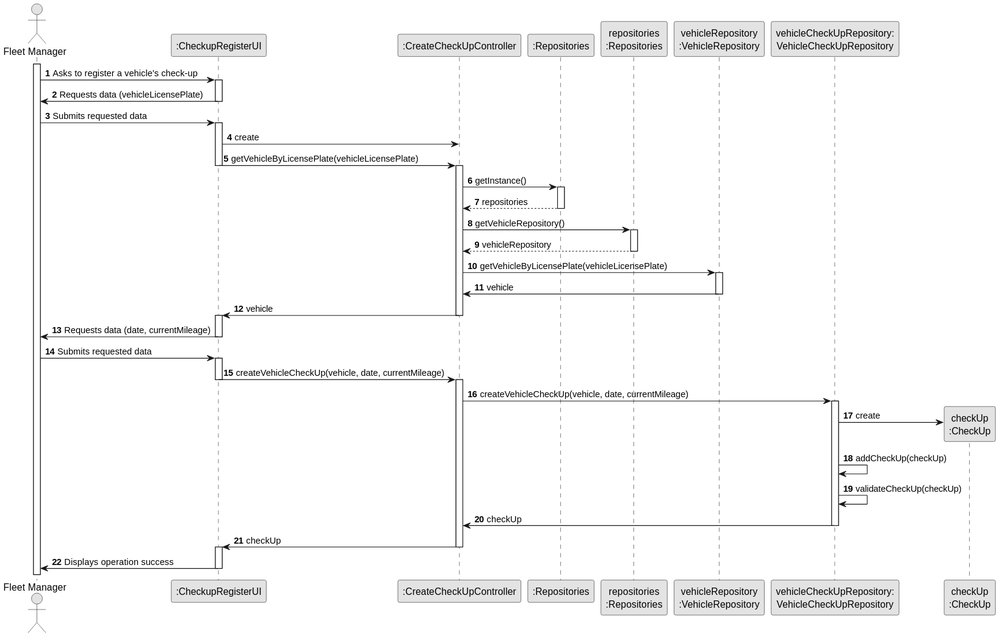
This is docs/sprintB/us007/03.design/svg/us007-sequence-diagram-full.svg from SAEmanuel/Green_Spaces_Management_ISEP, a PlantUML export, as it was before one commit.
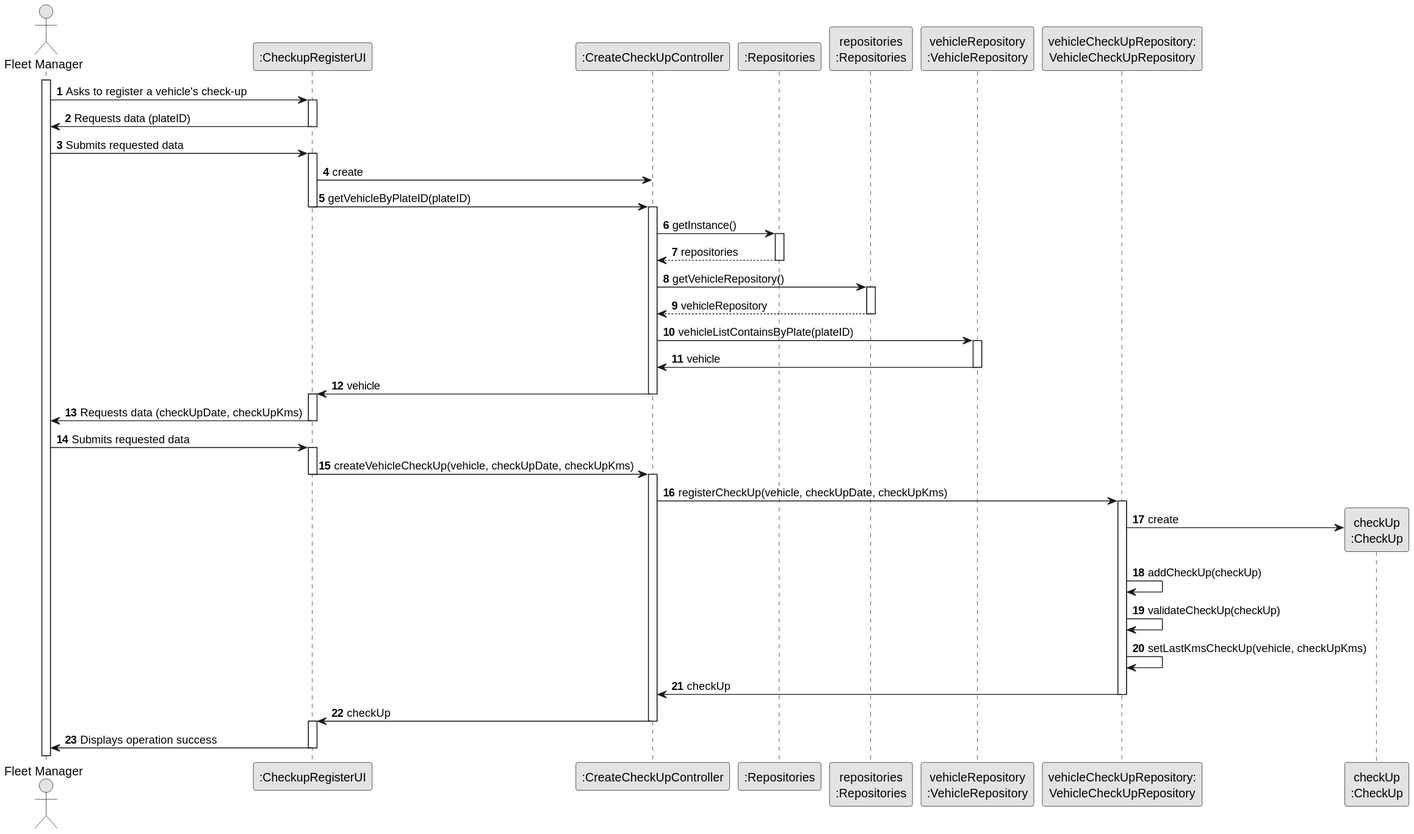
Above is the later version.

Diff of the diagram source:
```diff
@@ -20,7 +20,7 @@
 FM -> UI : Asks to register a vehicle's check-up
 activate UI
 
-UI -> FM : Requests data (vehicleLicensePlate)
+UI -> FM : Requests data (plateID)
 deactivate UI
 
 FM -> UI : Submits requested data
@@ -28,7 +28,7 @@
 
 UI -> CTRL : create
 
-UI -> CTRL : getVehicleByLicensePlate(vehicleLicensePlate)
+UI -> CTRL : getVehicleByPlateID(plateID)
 
 deactivate UI
 
@@ -46,7 +46,7 @@
 PLAT --> CTRL: vehicleRepository
 deactivate PLAT
 
-CTRL -> vehicleRepository : getVehicleByLicensePlate(vehicleLicensePlate)
+CTRL -> vehicleRepository : vehicleListContainsByPlate(plateID)
 
 activate vehicleRepository
 
@@ -59,17 +59,17 @@
 
 activate UI
 
-UI -> FM : Requests data (date, currentMileage)
+UI -> FM : Requests data (checkUpDate, checkUpKms)
 deactivate UI
 
 FM -> UI : Submits requested data
 activate UI
 
-UI -> CTRL : createVehicleCheckUp(vehicle, date, currentMileage)
+UI -> CTRL : createVehicleCheckUp(vehicle, checkUpDate, checkUpKms)
 deactivate UI
 activate CTRL
 
-CTRL -> VehicleCheckUpRepository : createVehicleCheckUp(vehicle, date, currentMileage)
+CTRL -> VehicleCheckUpRepository : registerCheckUp(vehicle, checkUpDate, checkUpKms)
 activate VehicleCheckUpRepository
 
 VehicleCheckUpRepository -> CHECKUP** : create
@@ -77,6 +77,8 @@
 
 
  VehicleCheckUpRepository -> VehicleCheckUpRepository : validateCheckUp(checkUp)
+
+ VehicleCheckUpRepository -> VehicleCheckUpRepository : setLastKmsCheckUp(vehicle, checkUpKms)
 
 VehicleCheckUpRepository -> CTRL : checkUp
 deactivate VehicleCheckUpRepository
```
